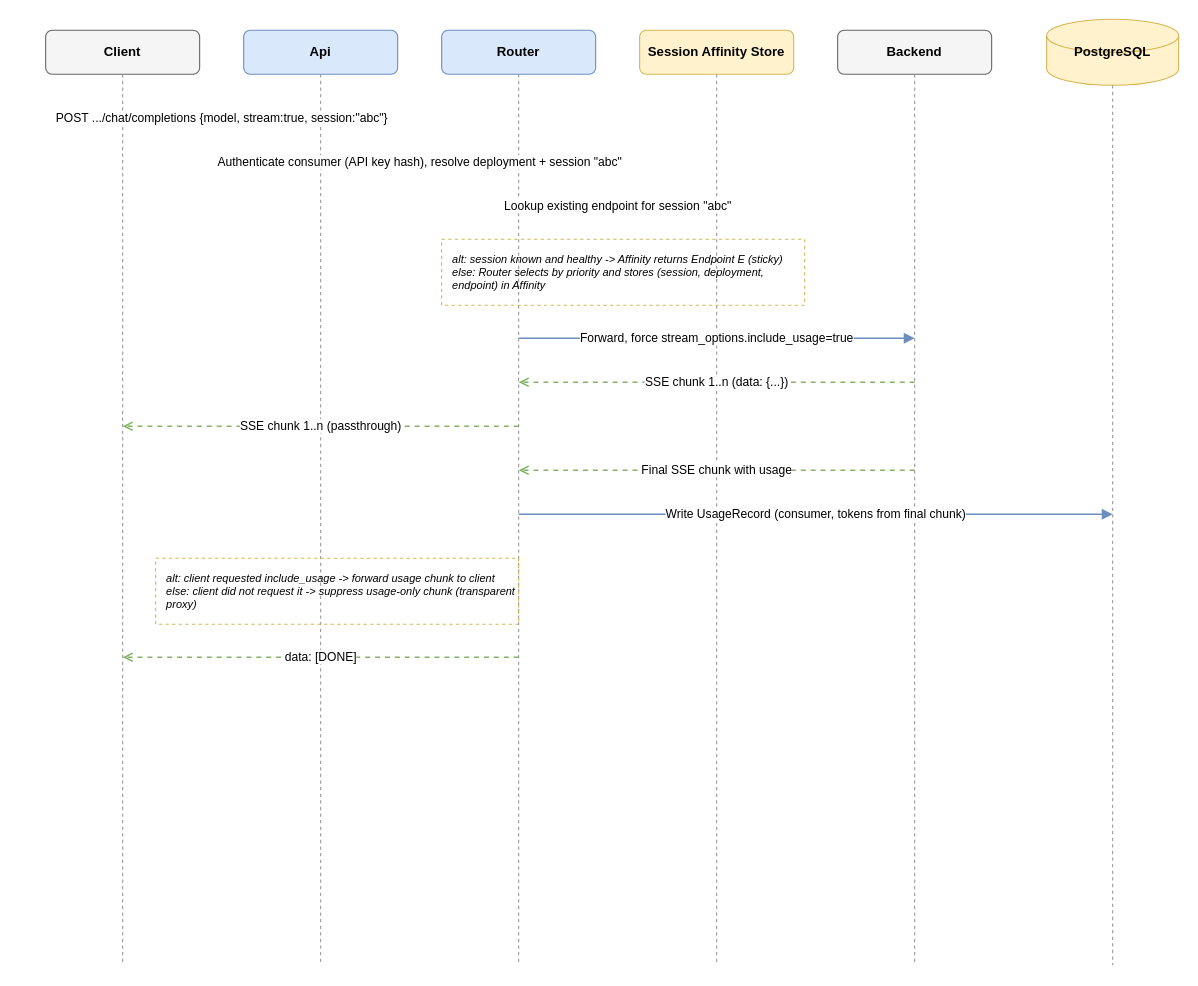
Earlier version of the draw.io diagram specs/architecture/diagrams/04-sequence-streaming-sticky-usage.drawio (azureholic/AIProxyPlus). Source tidied: cells renumbered, new cells numbered last; positions are measured from the earlier drawing's top-left corner, leaving out a move shared by most shapes. Both pictures are drawn from the tidied source at 110%, with x=0, y=0 at pixel (45, 19).
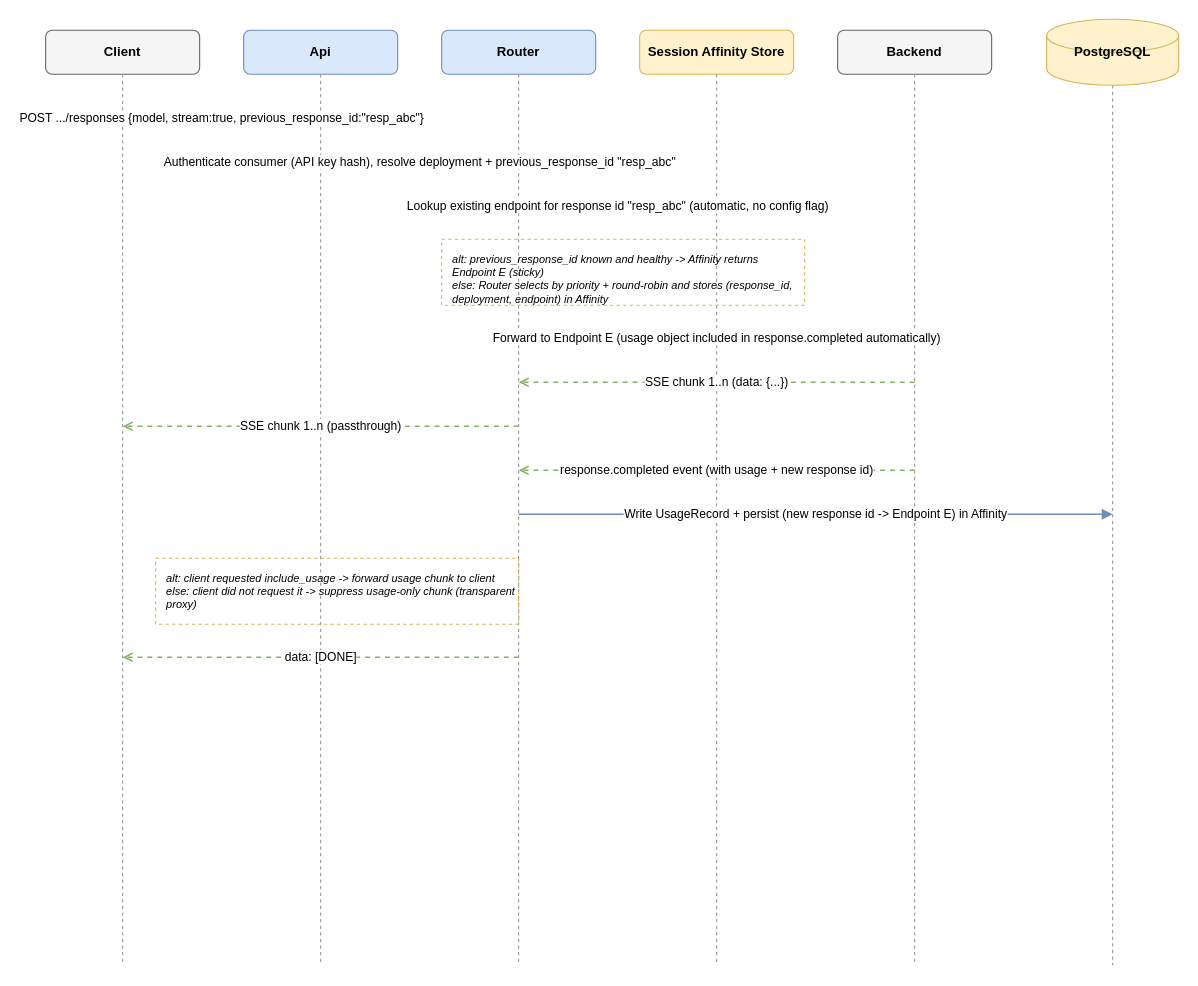
The same page after the edit.

Commit message (it also covers changes not shown here):
Iteration 2 Phase 4: update architecture docs/diagrams and README for load-balancing + Realtime API

The edit, as a diff of the source:
```diff
@@
-    <mxCell id="14" value="POST .../chat/completions {model, stream:true, session:&quot;abc&quot;}" style="html=1;endArrow=block;strokeColor=#6c8ebf;strokeWidth=1.5;fontSize=11;" parent="1" edge="1">
+    <mxCell id="14" value="POST .../responses {model, stream:true, previous_response_id:&quot;resp_abc&quot;}" style="html=1;endArrow=block;strokeColor=#6c8ebf;strokeWidth=1.5;fontSize=11;" parent="1" edge="1">
       <mxGeometry relative="1" as="geometry">
         <mxPoint x="70" y="90" as="sourcePoint" />
         <mxPoint x="250" y="90" as="targetPoint" />
       </mxGeometry>
     </mxCell>
-    <mxCell id="15" value="Authenticate consumer (API key hash), resolve deployment + session &quot;abc&quot;" style="html=1;endArrow=block;strokeColor=#6c8ebf;strokeWidth=1.5;fontSize=11;" parent="1" edge="1">
+    <mxCell id="15" value="Authenticate consumer (API key hash), resolve deployment + previous_response_id &quot;resp_abc&quot;" style="html=1;endArrow=block;strokeColor=#6c8ebf;strokeWidth=1.5;fontSize=11;" parent="1" edge="1">
       <mxGeometry relative="1" as="geometry">
         <mxPoint x="250" y="130" as="sourcePoint" />
         <mxPoint x="430" y="130" as="targetPoint" />
       </mxGeometry>
     </mxCell>
-    <mxCell id="16" value="Lookup existing endpoint for session &quot;abc&quot;" style="html=1;endArrow=block;strokeColor=#6c8ebf;strokeWidth=1.5;fontSize=11;" parent="1" edge="1">
+    <mxCell id="16" value="Lookup existing endpoint for response id &quot;resp_abc&quot; (automatic, no config flag)" style="html=1;endArrow=block;strokeColor=#6c8ebf;strokeWidth=1.5;fontSize=11;" parent="1" edge="1">
       <mxGeometry relative="1" as="geometry">
         <mxPoint x="430" y="170" as="sourcePoint" />
         <mxPoint x="610" y="170" as="targetPoint" />
       </mxGeometry>
     </mxCell>
-    <mxCell id="17" value="alt: session known and healthy -&gt; Affinity returns Endpoint E (sticky)&#10;else: Router selects by priority and stores (session, deployment, endpoint) in Affinity" style="rounded=0;whiteSpace=wrap;html=1;fillColor=none;strokeColor=#d6b656;dashed=1;align=left;verticalAlign=top;spacingLeft=8;spacingTop=6;fontSize=10;fontStyle=2;" parent="1" vertex="1">
+    <mxCell id="17" value="alt: previous_response_id known and healthy -&gt; Affinity returns Endpoint E (sticky)&#10;else: Router selects by priority + round-robin and stores (response_id, deployment, endpoint) in Affinity" style="rounded=0;whiteSpace=wrap;html=1;fillColor=none;strokeColor=#d6b656;dashed=1;align=left;verticalAlign=top;spacingLeft=8;spacingTop=6;fontSize=10;fontStyle=2;" parent="1" vertex="1">
       <mxGeometry x="360" y="200" width="330" height="60" as="geometry" />
     </mxCell>
-    <mxCell id="18" value="Forward, force stream_options.include_usage=true" style="html=1;endArrow=block;strokeColor=#6c8ebf;strokeWidth=1.5;fontSize=11;" parent="1" edge="1">
+    <mxCell id="18" value="Forward to Endpoint E (usage object included in response.completed automatically)" style="html=1;endArrow=block;strokeColor=#6c8ebf;strokeWidth=1.5;fontSize=11;" parent="1" edge="1">
       <mxGeometry relative="1" as="geometry">
         <mxPoint x="430" y="290" as="sourcePoint" />
         <mxPoint x="790" y="290" as="targetPoint" />
       </mxGeometry>
     </mxCell>
@@
-    <mxCell id="21" value="Final SSE chunk with usage" style="html=1;endArrow=open;dashed=1;strokeColor=#82b366;strokeWidth=1.5;fontSize=11;" parent="1" edge="1">
+    <mxCell id="21" value="response.completed event (with usage + new response id)" style="html=1;endArrow=open;dashed=1;strokeColor=#82b366;strokeWidth=1.5;fontSize=11;" parent="1" edge="1">
       <mxGeometry relative="1" as="geometry">
         <mxPoint x="790" y="410" as="sourcePoint" />
         <mxPoint x="430" y="410" as="targetPoint" />
       </mxGeometry>
     </mxCell>
-    <mxCell id="22" value="Write UsageRecord (consumer, tokens from final chunk)" style="html=1;endArrow=block;strokeColor=#6c8ebf;strokeWidth=1.5;fontSize=11;" parent="1" edge="1">
+    <mxCell id="22" value="Write UsageRecord + persist (new response id -&gt; Endpoint E) in Affinity" style="html=1;endArrow=block;strokeColor=#6c8ebf;strokeWidth=1.5;fontSize=11;" parent="1" edge="1">
       <mxGeometry relative="1" as="geometry">
         <mxPoint x="430" y="450" as="sourcePoint" />
         <mxPoint x="970" y="450" as="targetPoint" />
       </mxGeometry>
     </mxCell>
```
